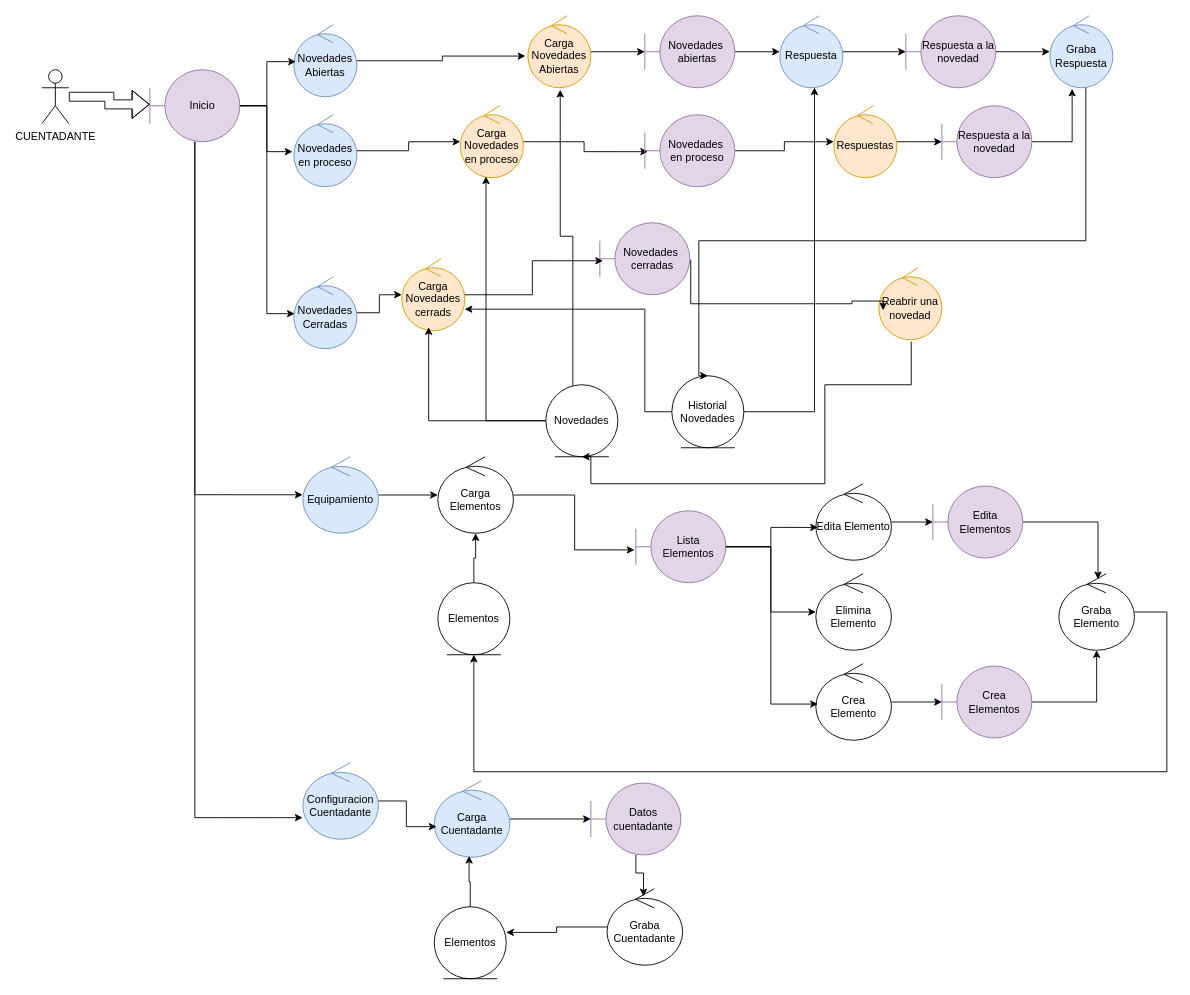
Before: NOVEDADES/ANALISIS/NovedadesRpbustez.drawio in fegasu/CPSI, a draw.io diagram. Source tidied: cells renumbered, new cells numbered last; positions are measured from the earlier drawing's top-left corner, leaving out a move shared by most shapes. Both pictures are drawn from the tidied source at 90%, with x=0, y=0 at pixel (41, 15).
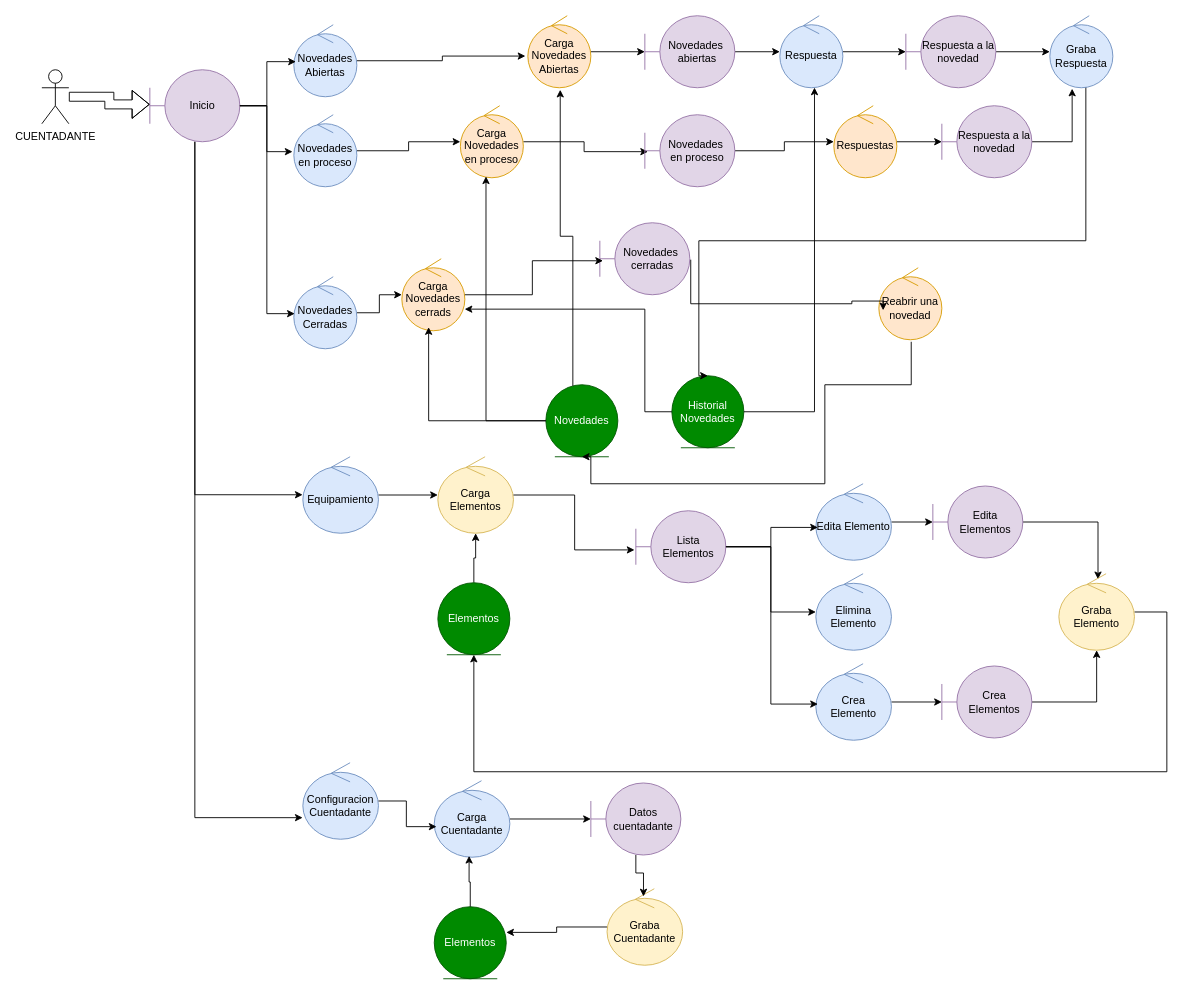
After the change.

Diff of the diagram source:
```diff
@@
-    <mxCell id="16" value="Novedades" style="ellipse;shape=umlEntity;whiteSpace=wrap;html=1;" parent="1" vertex="1">
+    <mxCell id="16" value="Novedades" style="ellipse;shape=umlEntity;whiteSpace=wrap;html=1;fillColor=#008a00;fontColor=#ffffff;strokeColor=#005700;" parent="1" vertex="1">
       <mxGeometry x="560" y="410" width="80" height="80" as="geometry" />
     </mxCell>
@@
-    <mxCell id="23" value="Historial&lt;div&gt;Novedades&lt;/div&gt;" style="ellipse;shape=umlEntity;whiteSpace=wrap;html=1;" parent="1" vertex="1">
+    <mxCell id="23" value="Historial&lt;div&gt;Novedades&lt;/div&gt;" style="ellipse;shape=umlEntity;whiteSpace=wrap;html=1;fillColor=#008a00;fontColor=#ffffff;strokeColor=#005700;" parent="1" vertex="1">
       <mxGeometry x="700" y="400" width="80" height="80" as="geometry" />
     </mxCell>
@@
-    <mxCell id="48" value="Carga Elementos" style="ellipse;shape=umlControl;whiteSpace=wrap;html=1;" parent="1" vertex="1">
+    <mxCell id="48" value="Carga Elementos" style="ellipse;shape=umlControl;whiteSpace=wrap;html=1;fillColor=#fff2cc;strokeColor=#d6b656;" parent="1" vertex="1">
       <mxGeometry x="440" y="490" width="84" height="85" as="geometry" />
     </mxCell>
@@
-    <mxCell id="53" value="Elementos" style="ellipse;shape=umlEntity;whiteSpace=wrap;html=1;" parent="1" vertex="1">
+    <mxCell id="53" value="Elementos" style="ellipse;shape=umlEntity;whiteSpace=wrap;html=1;fillColor=#008a00;fontColor=#ffffff;strokeColor=#005700;" parent="1" vertex="1">
       <mxGeometry x="440" y="630" width="80" height="80" as="geometry" />
     </mxCell>
@@
-    <mxCell id="55" value="Edita Elemento" style="ellipse;shape=umlControl;whiteSpace=wrap;html=1;" parent="1" vertex="1">
+    <mxCell id="55" value="Edita Elemento" style="ellipse;shape=umlControl;whiteSpace=wrap;html=1;fillColor=#dae8fc;strokeColor=#6c8ebf;" parent="1" vertex="1">
       <mxGeometry x="860" y="520" width="84" height="85" as="geometry" />
     </mxCell>
-    <mxCell id="56" value="Elimina&lt;div&gt;Elemento&lt;/div&gt;" style="ellipse;shape=umlControl;whiteSpace=wrap;html=1;" parent="1" vertex="1">
+    <mxCell id="56" value="Elimina&lt;div&gt;Elemento&lt;/div&gt;" style="ellipse;shape=umlControl;whiteSpace=wrap;html=1;fillColor=#dae8fc;strokeColor=#6c8ebf;" parent="1" vertex="1">
       <mxGeometry x="860" y="620" width="84" height="85" as="geometry" />
     </mxCell>
@@
-    <mxCell id="59" value="Crea&lt;div&gt;Elemento&lt;/div&gt;" style="ellipse;shape=umlControl;whiteSpace=wrap;html=1;" parent="1" vertex="1">
+    <mxCell id="59" value="Crea&lt;div&gt;Elemento&lt;/div&gt;" style="ellipse;shape=umlControl;whiteSpace=wrap;html=1;fillColor=#dae8fc;strokeColor=#6c8ebf;" parent="1" vertex="1">
       <mxGeometry x="860" y="720" width="84" height="85" as="geometry" />
     </mxCell>
@@
-    <mxCell id="66" value="Graba Elemento" style="ellipse;shape=umlControl;whiteSpace=wrap;html=1;" parent="1" vertex="1">
+    <mxCell id="66" value="Graba Elemento" style="ellipse;shape=umlControl;whiteSpace=wrap;html=1;fillColor=#fff2cc;strokeColor=#d6b656;" parent="1" vertex="1">
       <mxGeometry x="1130" y="620" width="84" height="85" as="geometry" />
     </mxCell>
@@
-    <mxCell id="69" value="Elementos" style="ellipse;shape=umlEntity;whiteSpace=wrap;html=1;" parent="1" vertex="1">
+    <mxCell id="69" value="Elementos" style="ellipse;shape=umlEntity;whiteSpace=wrap;html=1;fillColor=#008a00;fontColor=#ffffff;strokeColor=#005700;" parent="1" vertex="1">
       <mxGeometry x="436" y="990" width="80" height="80" as="geometry" />
     </mxCell>
@@
-    <mxCell id="75" value="Graba Cuentadante" style="ellipse;shape=umlControl;whiteSpace=wrap;html=1;" parent="1" vertex="1">
+    <mxCell id="75" value="Graba Cuentadante" style="ellipse;shape=umlControl;whiteSpace=wrap;html=1;fillColor=#fff2cc;strokeColor=#d6b656;" parent="1" vertex="1">
       <mxGeometry x="628" y="970" width="84" height="85" as="geometry" />
     </mxCell>
```
